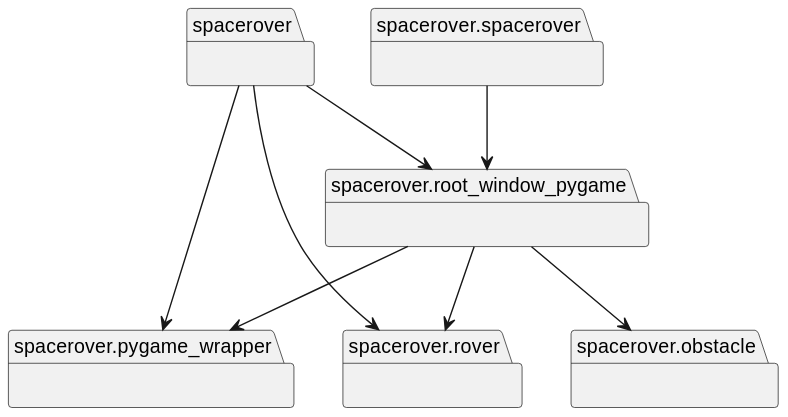
Earlier version of the PlantUML export images/packages.svg (teko-L-TIN-22-Di-a/rover). Source of this version:
```plantuml
@startuml packages
set namespaceSeparator none
package "spacerover" as spacerover {
}
package "spacerover.obstacle" as spacerover.obstacle {
}
package "spacerover.pygame_wrapper" as spacerover.pygame_wrapper {
}
package "spacerover.root_window_pygame" as spacerover.root_window_pygame {
}
package "spacerover.rover" as spacerover.rover {
}
package "spacerover.spacerover" as spacerover.spacerover {
}
spacerover --> spacerover.pygame_wrapper
spacerover --> spacerover.root_window_pygame
spacerover --> spacerover.rover
spacerover.root_window_pygame --> spacerover.obstacle
spacerover.root_window_pygame --> spacerover.pygame_wrapper
spacerover.root_window_pygame --> spacerover.rover
spacerover.spacerover --> spacerover.root_window_pygame
@enduml
```
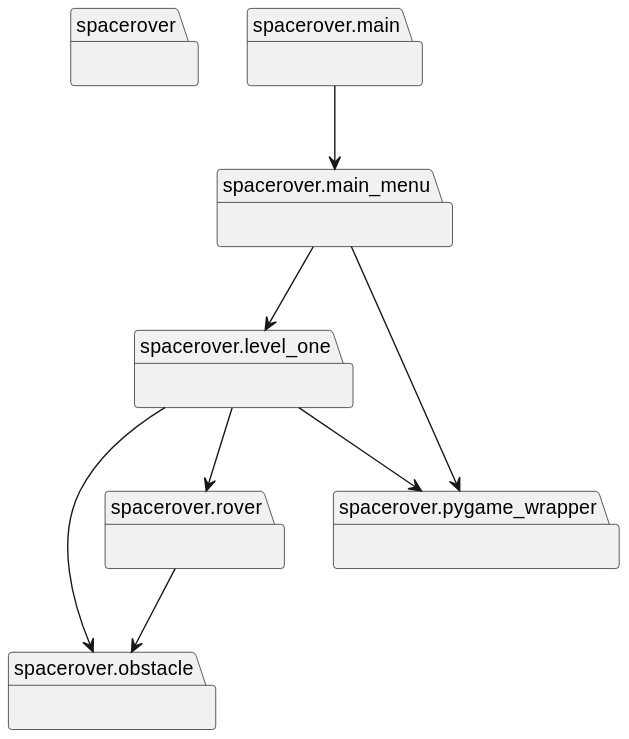
After the commit.

The edit, as a diff of the source:
```diff
@@ -1,22 +1,24 @@
 @startuml packages
 set namespaceSeparator none
 package "spacerover" as spacerover {
+}
+package "spacerover.level_one" as spacerover.level_one {
+}
+package "spacerover.main" as spacerover.main {
+}
+package "spacerover.main_menu" as spacerover.main_menu {
 }
 package "spacerover.obstacle" as spacerover.obstacle {
 }
 package "spacerover.pygame_wrapper" as spacerover.pygame_wrapper {
 }
-package "spacerover.root_window_pygame" as spacerover.root_window_pygame {
-}
 package "spacerover.rover" as spacerover.rover {
 }
-package "spacerover.spacerover" as spacerover.spacerover {
-}
-spacerover --> spacerover.pygame_wrapper
-spacerover --> spacerover.root_window_pygame
-spacerover --> spacerover.rover
-spacerover.root_window_pygame --> spacerover.obstacle
-spacerover.root_window_pygame --> spacerover.pygame_wrapper
-spacerover.root_window_pygame --> spacerover.rover
-spacerover.spacerover --> spacerover.root_window_pygame
+spacerover.level_one --> spacerover.obstacle
+spacerover.level_one --> spacerover.pygame_wrapper
+spacerover.level_one --> spacerover.rover
+spacerover.main --> spacerover.main_menu
+spacerover.main_menu --> spacerover.level_one
+spacerover.main_menu --> spacerover.pygame_wrapper
+spacerover.rover --> spacerover.obstacle
 @enduml
```
